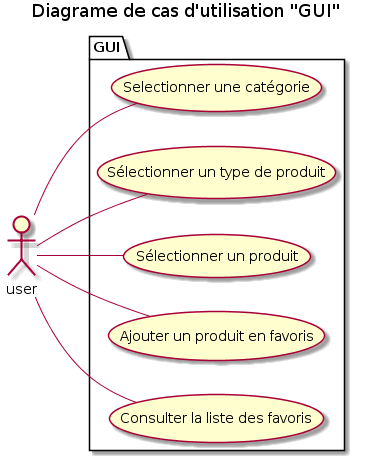
Zepmanbc/oc_dapython_pr5 keeps this PlantUML diagram as doc/img/02_uc_gui.png. Above is the earlier version. Its diagram source:
```plantuml
@startuml 02_uc_gui
title Diagrame de cas d'utilisation "GUI"

package GUI{
    left to right direction
    (Selectionner une catégorie) as SELECT_CTG
    (Sélectionner un type de produit) as SELECT_TYP
    (Sélectionner un produit) as SELECT_PRD
    (Ajouter un produit en favoris) as ADD_FAV
    (Consulter la liste des favoris) as SHOW_FAV
}

actor user

user -- SELECT_CTG
user -- SELECT_PRD
user -- SELECT_TYP
user -- ADD_FAV
user -- SHOW_FAV

@enduml
```
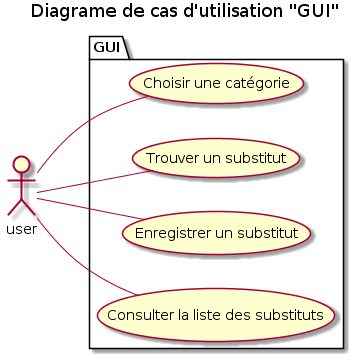
After the commit.

Diff of the diagram source:
```diff
@@ -3,19 +3,18 @@
 
 package GUI{
     left to right direction
-    (Selectionner une catégorie) as SELECT_CTG
-    (Sélectionner un type de produit) as SELECT_TYP
-    (Sélectionner un produit) as SELECT_PRD
-    (Ajouter un produit en favoris) as ADD_FAV
-    (Consulter la liste des favoris) as SHOW_FAV
+    (Choisir une catégorie) as SELECT_CTG
+    (Trouver un substitut) as FIND_SUBST
+    (Enregistrer un substitut) AS SET_SUBST
+    (Consulter la liste des substituts) as SHOW_FAV
+
 }
 
 actor user
 
 user -- SELECT_CTG
-user -- SELECT_PRD
-user -- SELECT_TYP
-user -- ADD_FAV
+user -- FIND_SUBST
+user -- SET_SUBST
 user -- SHOW_FAV
 
 @enduml
```
